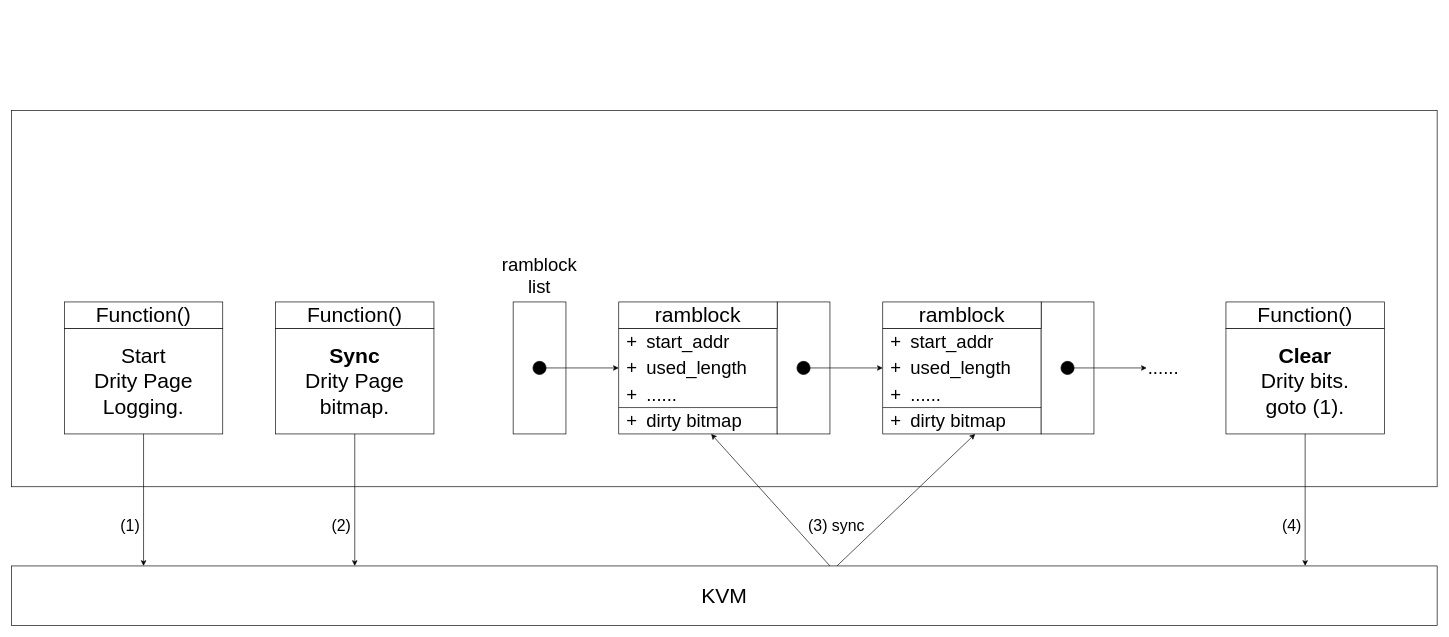
Before: mid-report/motivation.bitmap.drawio in xuyizhe1999/drawio, a draw.io diagram. Source tidied: cells renumbered, new cells numbered last; positions are measured from the earlier drawing's top-left corner, leaving out a move shared by most shapes. Both pictures are drawn from the tidied source at 66%, with x=0, y=0 at pixel (11, 110).
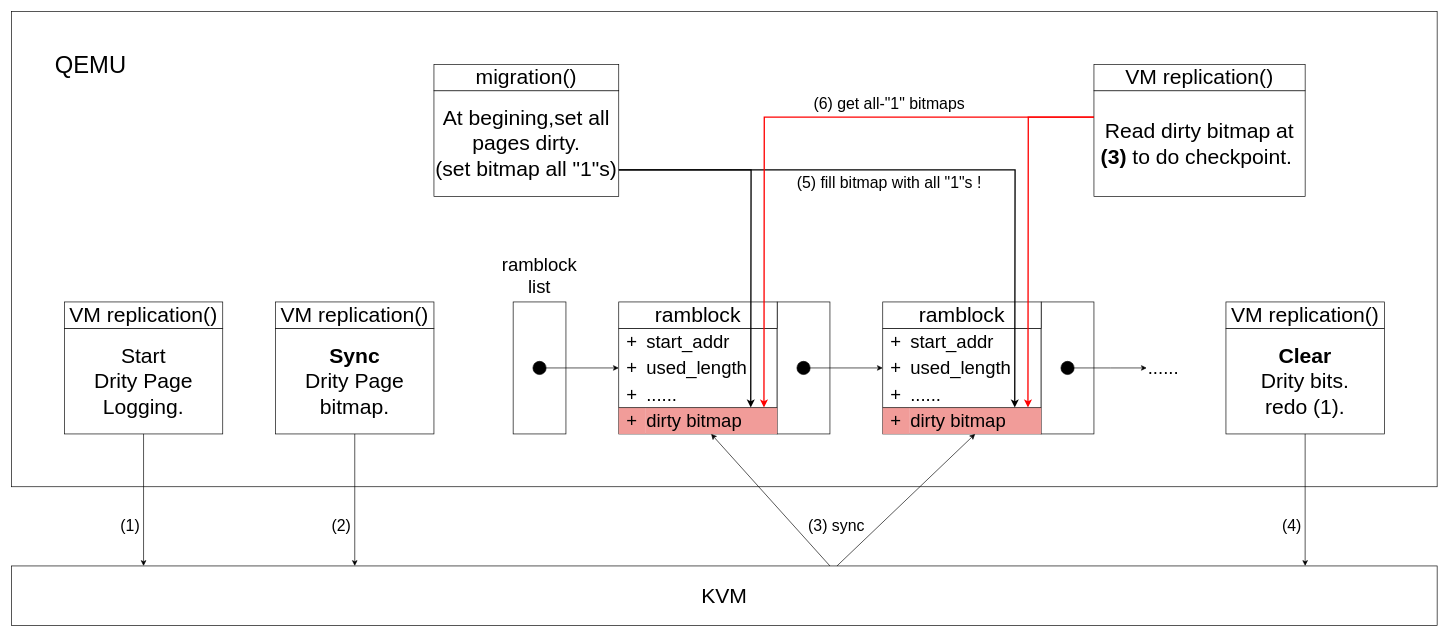
The same diagram, later.

Commit message (it also covers changes not shown here):
更新mid-report/motivation.bitmap.drawio

What changed in the source:
```diff
@@
     <mxCell id="2" style="rounded=0;whiteSpace=wrap;html=1;" parent="1" vertex="1">
-      <mxGeometry width="2160" height="570" as="geometry" />
+      <mxGeometry y="-150" width="2160" height="720" as="geometry" />
     </mxCell>
@@
-    <mxCell id="6" value="&lt;span style=&quot;background-color: initial;&quot;&gt;&lt;font style=&quot;font-size: 28px;&quot;&gt;dirty bitmap&lt;/font&gt;&lt;/span&gt;" style="text;html=1;strokeColor=none;fillColor=none;align=left;verticalAlign=middle;whiteSpace=wrap;rounded=0;" parent="1" vertex="1">
+    <mxCell id="6" value="&lt;span style=&quot;background-color: initial;&quot;&gt;&lt;font style=&quot;font-size: 28px;&quot;&gt;dirty bitmap&lt;/font&gt;&lt;/span&gt;" style="text;html=1;strokeColor=none;fillColor=#F19C99;align=left;verticalAlign=middle;whiteSpace=wrap;rounded=0;" parent="1" vertex="1">
       <mxGeometry x="960" y="450" width="200" height="40" as="geometry" />
     </mxCell>
-    <mxCell id="7" value="&lt;font style=&quot;font-size: 28px;&quot;&gt;+&lt;/font&gt;" style="text;html=1;strokeColor=none;fillColor=none;align=center;verticalAlign=middle;whiteSpace=wrap;rounded=0;" parent="1" vertex="1">
+    <mxCell id="7" value="&lt;font style=&quot;font-size: 28px;&quot;&gt;+&lt;/font&gt;" style="text;html=1;strokeColor=none;fillColor=#F19C99;align=center;verticalAlign=middle;whiteSpace=wrap;rounded=0;" parent="1" vertex="1">
       <mxGeometry x="920" y="450" width="40" height="40" as="geometry" />
     </mxCell>
@@
-    <mxCell id="17" value="&lt;span style=&quot;background-color: initial;&quot;&gt;&lt;font style=&quot;font-size: 28px;&quot;&gt;dirty bitmap&lt;/font&gt;&lt;/span&gt;" style="text;html=1;strokeColor=none;fillColor=none;align=left;verticalAlign=middle;whiteSpace=wrap;rounded=0;" parent="1" vertex="1">
+    <mxCell id="17" value="&lt;span style=&quot;background-color: initial;&quot;&gt;&lt;font style=&quot;font-size: 28px;&quot;&gt;dirty bitmap&lt;/font&gt;&lt;/span&gt;" style="text;html=1;strokeColor=none;fillColor=#F19C99;align=left;verticalAlign=middle;whiteSpace=wrap;rounded=0;" parent="1" vertex="1">
       <mxGeometry x="1360" y="450" width="200" height="40" as="geometry" />
     </mxCell>
-    <mxCell id="18" value="&lt;font style=&quot;font-size: 28px;&quot;&gt;+&lt;/font&gt;" style="text;html=1;strokeColor=none;fillColor=none;align=center;verticalAlign=middle;whiteSpace=wrap;rounded=0;" parent="1" vertex="1">
+    <mxCell id="18" value="&lt;font style=&quot;font-size: 28px;&quot;&gt;+&lt;/font&gt;" style="text;html=1;strokeColor=none;fillColor=#F19C99;align=center;verticalAlign=middle;whiteSpace=wrap;rounded=0;" parent="1" vertex="1">
       <mxGeometry x="1320" y="450" width="40" height="40" as="geometry" />
     </mxCell>
@@
-    <mxCell id="41" value="&lt;font style=&quot;font-size: 32px;&quot;&gt;&lt;b&gt;Clear&lt;/b&gt;&lt;br&gt;Drity bits.&lt;br&gt;goto (1).&lt;br&gt;&lt;/font&gt;" style="rounded=0;whiteSpace=wrap;html=1;" parent="1" vertex="1">
+    <mxCell id="41" value="&lt;font style=&quot;font-size: 32px;&quot;&gt;&lt;b&gt;Clear&lt;/b&gt;&lt;br&gt;Drity bits.&lt;br&gt;redo (1).&lt;br&gt;&lt;/font&gt;" style="rounded=0;whiteSpace=wrap;html=1;" parent="1" vertex="1">
       <mxGeometry x="1840" y="330" width="240" height="160" as="geometry" />
     </mxCell>
@@
-    <mxCell id="49" value="&lt;font style=&quot;font-size: 32px;&quot;&gt;Function()&lt;/font&gt;" style="rounded=0;whiteSpace=wrap;html=1;" parent="1" vertex="1">
+    <mxCell id="49" value="&lt;font style=&quot;font-size: 32px;&quot;&gt;VM replication()&lt;/font&gt;" style="rounded=0;whiteSpace=wrap;html=1;" parent="1" vertex="1">
       <mxGeometry x="80" y="290" width="240" height="40" as="geometry" />
     </mxCell>
-    <mxCell id="50" value="&lt;font style=&quot;font-size: 32px;&quot;&gt;Function()&lt;/font&gt;" style="rounded=0;whiteSpace=wrap;html=1;" parent="1" vertex="1">
+    <mxCell id="50" value="&lt;font style=&quot;font-size: 32px;&quot;&gt;VM replication()&lt;/font&gt;" style="rounded=0;whiteSpace=wrap;html=1;" parent="1" vertex="1">
       <mxGeometry x="400" y="290" width="240" height="40" as="geometry" />
     </mxCell>
-    <mxCell id="51" value="&lt;font style=&quot;font-size: 32px;&quot;&gt;Function()&lt;/font&gt;" style="rounded=0;whiteSpace=wrap;html=1;" parent="1" vertex="1">
+    <mxCell id="51" value="&lt;font style=&quot;font-size: 32px;&quot;&gt;VM replication()&lt;/font&gt;" style="rounded=0;whiteSpace=wrap;html=1;" parent="1" vertex="1">
       <mxGeometry x="1840" y="290" width="240" height="40" as="geometry" />
     </mxCell>
+    <mxCell id="52" style="edgeStyle=orthogonalEdgeStyle;rounded=0;jettySize=auto;html=1;exitX=1;exitY=0.75;exitDx=0;exitDy=0;strokeWidth=2;" parent="1" edge="1" source="53">
+      <mxGeometry relative="1" as="geometry">
+        <mxPoint x="1120" y="450" as="targetPoint" />
+      </mxGeometry>
+    </mxCell>
+    <mxCell id="53" value="&lt;font style=&quot;font-size: 32px;&quot;&gt;At begining,set all pages dirty.&lt;br&gt;(set bitmap all &quot;1&quot;s)&lt;br&gt;&lt;/font&gt;" style="rounded=0;whiteSpace=wrap;html=1;" parent="1" vertex="1">
+      <mxGeometry x="640" y="-30" width="280" height="160" as="geometry" />
+    </mxCell>
+    <mxCell id="54" value="&lt;font style=&quot;font-size: 32px;&quot;&gt;migration()&lt;/font&gt;" style="rounded=0;whiteSpace=wrap;html=1;" parent="1" vertex="1">
+      <mxGeometry x="640" y="-70" width="280" height="40" as="geometry" />
+    </mxCell>
+    <mxCell id="55" style="edgeStyle=orthogonalEdgeStyle;rounded=0;jettySize=auto;html=1;exitX=1;exitY=0.75;exitDx=0;exitDy=0;strokeWidth=2;" parent="1" edge="1" source="53">
+      <mxGeometry relative="1" as="geometry">
+        <mxPoint x="1520" y="450" as="targetPoint" />
+      </mxGeometry>
+    </mxCell>
+    <mxCell id="56" style="edgeStyle=orthogonalEdgeStyle;rounded=0;jettySize=auto;html=1;exitX=0;exitY=0.25;exitDx=0;exitDy=0;strokeWidth=2;strokeColor=#FF0000;" parent="1" edge="1" source="57">
+      <mxGeometry relative="1" as="geometry">
+        <mxPoint x="1540" y="450" as="targetPoint" />
+      </mxGeometry>
+    </mxCell>
+    <mxCell id="57" value="&lt;font style=&quot;font-size: 32px;&quot;&gt;Read dirty bitmap at &lt;b&gt;(3)&lt;/b&gt; to do checkpoint.&amp;nbsp;&lt;br&gt;&lt;/font&gt;" style="rounded=0;whiteSpace=wrap;html=1;" parent="1" vertex="1">
+      <mxGeometry x="1640" y="-30" width="320" height="160" as="geometry" />
+    </mxCell>
+    <mxCell id="58" value="&lt;font style=&quot;font-size: 32px;&quot;&gt;VM replication()&lt;/font&gt;" style="rounded=0;whiteSpace=wrap;html=1;" parent="1" vertex="1">
+      <mxGeometry x="1640" y="-70" width="320" height="40" as="geometry" />
+    </mxCell>
+    <mxCell id="59" value="&lt;font style=&quot;font-size: 24px;&quot;&gt;(5) fill bitmap with all &quot;1&quot;s !&lt;/font&gt;" style="text;html=1;strokeColor=none;fillColor=none;align=center;verticalAlign=middle;whiteSpace=wrap;rounded=0;" parent="1" vertex="1">
+      <mxGeometry x="1180" y="90" width="300" height="40" as="geometry" />
+    </mxCell>
+    <mxCell id="60" style="edgeStyle=orthogonalEdgeStyle;rounded=0;jettySize=auto;html=1;exitX=0;exitY=0.25;exitDx=0;exitDy=0;strokeWidth=2;strokeColor=#FF0000;" parent="1" edge="1" source="57">
+      <mxGeometry relative="1" as="geometry">
+        <mxPoint x="1140" y="450" as="targetPoint" />
+      </mxGeometry>
+    </mxCell>
+    <mxCell id="61" value="&lt;font style=&quot;font-size: 24px;&quot;&gt;(6) get all-&quot;1&quot; bitmaps&lt;/font&gt;" style="text;html=1;strokeColor=none;fillColor=none;align=center;verticalAlign=middle;whiteSpace=wrap;rounded=0;" parent="1" vertex="1">
+      <mxGeometry x="1180" y="-30" width="300" height="40" as="geometry" />
+    </mxCell>
+    <mxCell id="62" value="&lt;font style=&quot;font-size: 36px;&quot;&gt;QEMU&lt;/font&gt;" style="text;html=1;strokeColor=none;fillColor=none;align=center;verticalAlign=middle;whiteSpace=wrap;rounded=0;" parent="1" vertex="1">
+      <mxGeometry x="40" y="-110" width="160" height="80" as="geometry" />
+    </mxCell>
```
